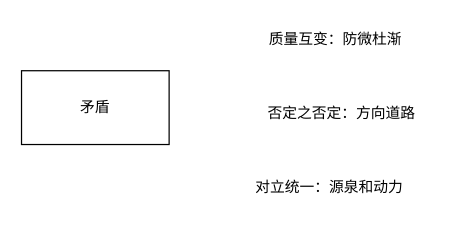
This is 公积.drawio from cguank/-, a draw.io file, before an edit. Source tidied: cells renumbered, new cells numbered last; positions are measured from the earlier drawing's top-left corner, leaving out a move shared by most shapes. Both pictures are drawn from the tidied source at 123%, with x=0, y=0 at pixel (21, 21).
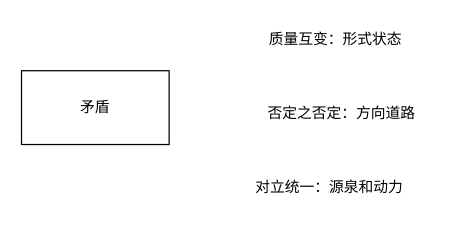
The same page after the edit.

The edit, as a diff of the source:
```diff
@@
 <mxGraphModel>
   <root>
     <mxCell id="0" />
     <mxCell id="1" parent="0" />
     <mxCell id="2" value="矛盾" style="rounded=0;whiteSpace=wrap;html=1;" parent="1" vertex="1">
       <mxGeometry y="40" width="120" height="60" as="geometry" />
     </mxCell>
-    <mxCell id="3" value="质量互变：防微杜渐" style="text;html=1;align=center;verticalAlign=middle;strokeColor=none;fillColor=none;" parent="1" vertex="1">
+    <mxCell id="3" value="质量互变：形式状态" style="text;html=1;align=center;verticalAlign=middle;strokeColor=none;fillColor=none;" parent="1" vertex="1">
       <mxGeometry x="190" width="130" height="30" as="geometry" />
     </mxCell>
     <mxCell id="4" value="否定之否定：方向道路" style="text;html=1;align=center;verticalAlign=middle;strokeColor=none;fillColor=none;" parent="1" vertex="1">
       <mxGeometry x="190" y="60" width="140" height="30" as="geometry" />
     </mxCell>
     <mxCell id="5" value="对立统一：源泉和动力" style="text;html=1;align=center;verticalAlign=middle;strokeColor=none;fillColor=none;" parent="1" vertex="1">
       <mxGeometry x="180" y="120" width="140" height="30" as="geometry" />
     </mxCell>
   </root>
 </mxGraphModel>
```
